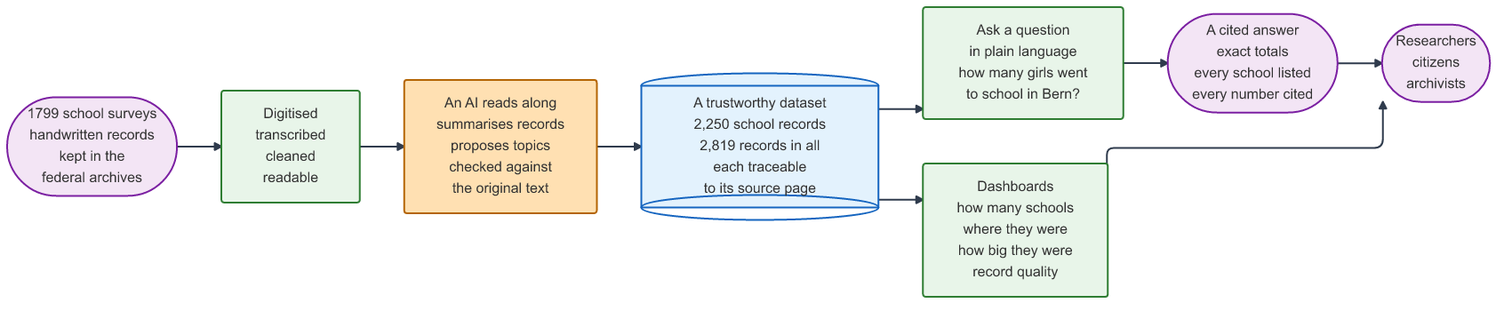
The Mermaid diagram docs/architecture-overview.png in kirtanp/hackpertus-archives, before a commit. Its source is kept beside it as docs/architecture-overview.mmd.
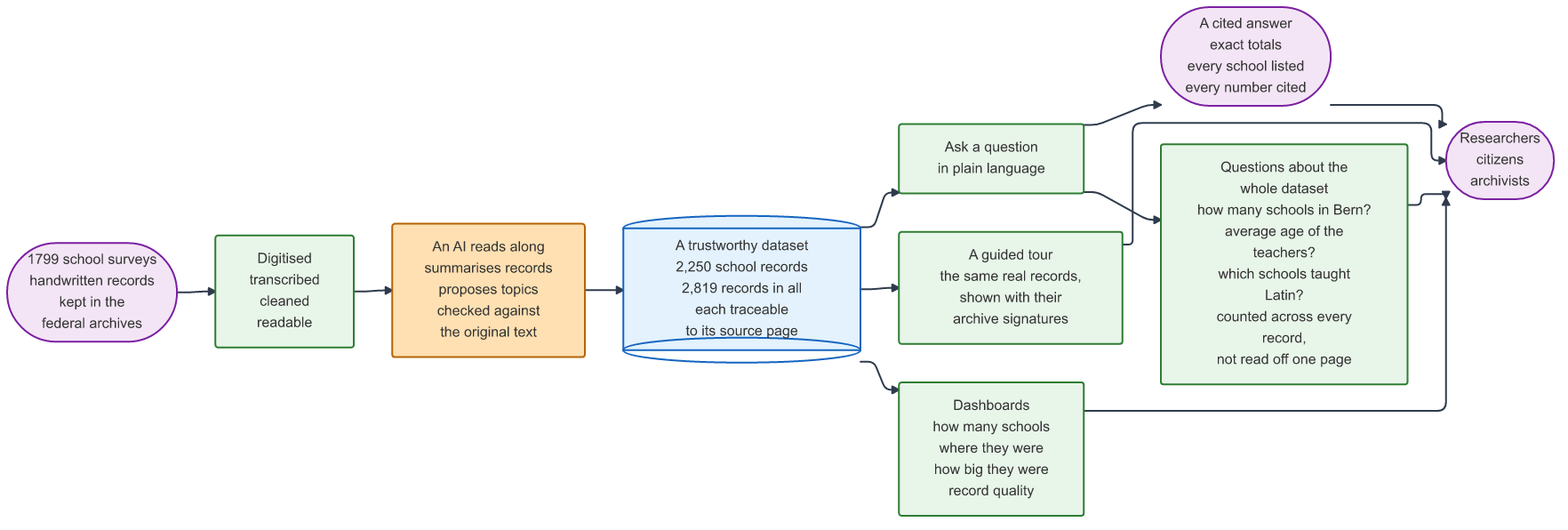
After the change.

Commit message:
docs(architecture): bring both diagrams up to date with main

What changed in the source:
```diff
@@ -8,9 +8,13 @@
 
   DATA[("A trustworthy dataset<br/>2,250 school records<br/>2,819 records in all<br/>each traceable<br/>to its source page")]
 
-  ASK["Ask a question<br/>in plain language<br/>how many girls went<br/>to school in Bern?"]
+  ASK["Ask a question<br/>in plain language"]
 
   ANSWER(["A cited answer<br/>exact totals<br/>every school listed<br/>every number cited"])
+
+  COUNT["Questions about the whole dataset<br/>how many schools in Bern?<br/>average age of the teachers?<br/>which schools taught Latin?<br/>counted across every record,<br/>not read off one page"]
+
+  STORY["A guided tour<br/>the same real records,<br/>shown with their<br/>archive signatures"]
 
   DASH["Dashboards<br/>how many schools<br/>where they were<br/>how big they were<br/>record quality"]
 
@@ -21,7 +25,11 @@
   AI --> DATA
   DATA --> ASK
   ASK --> ANSWER
+  ASK --> COUNT
   ANSWER --> PEOPLE
+  COUNT --> PEOPLE
+  DATA --> STORY
+  STORY --> PEOPLE
   DATA --> DASH
   DASH --> PEOPLE
 
@@ -30,6 +38,6 @@
   classDef ai    fill:#ffe0b2,stroke:#b46504,stroke-width:2px
   classDef ends  fill:#f3e5f5,stroke:#7b1fa2,stroke-width:2px
   class DATA store
-  class DIGITISE,ASK,DASH svc
+  class DIGITISE,ASK,COUNT,STORY,DASH svc
   class AI ai
   class ARCHIVE,ANSWER,PEOPLE ends
```
